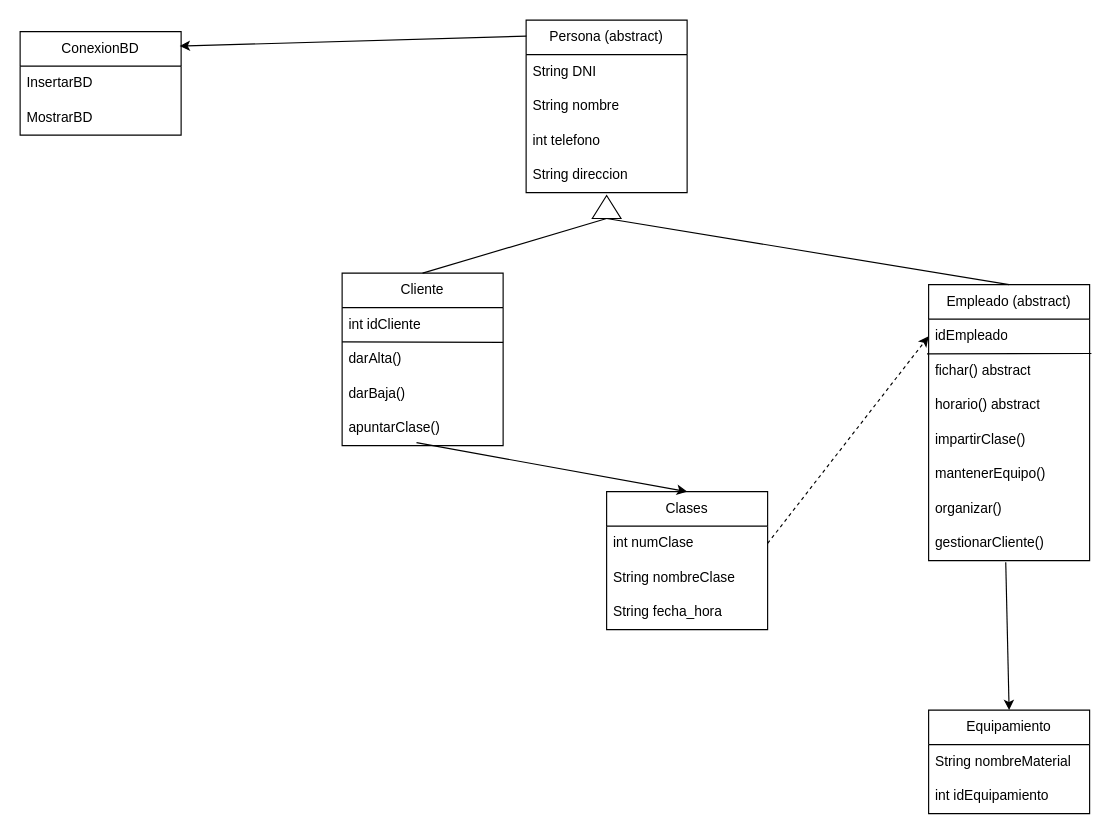
The draw.io diagram Entornos/diagramaclases.drawio in JVilluendas/Proyecto_jGYM, before the edit. Source tidied: cells renumbered, new cells numbered last; positions are measured from the earlier drawing's top-left corner, leaving out a move shared by most shapes. Both pictures are drawn from the tidied source at 115%, with x=0, y=0 at pixel (20, 20).
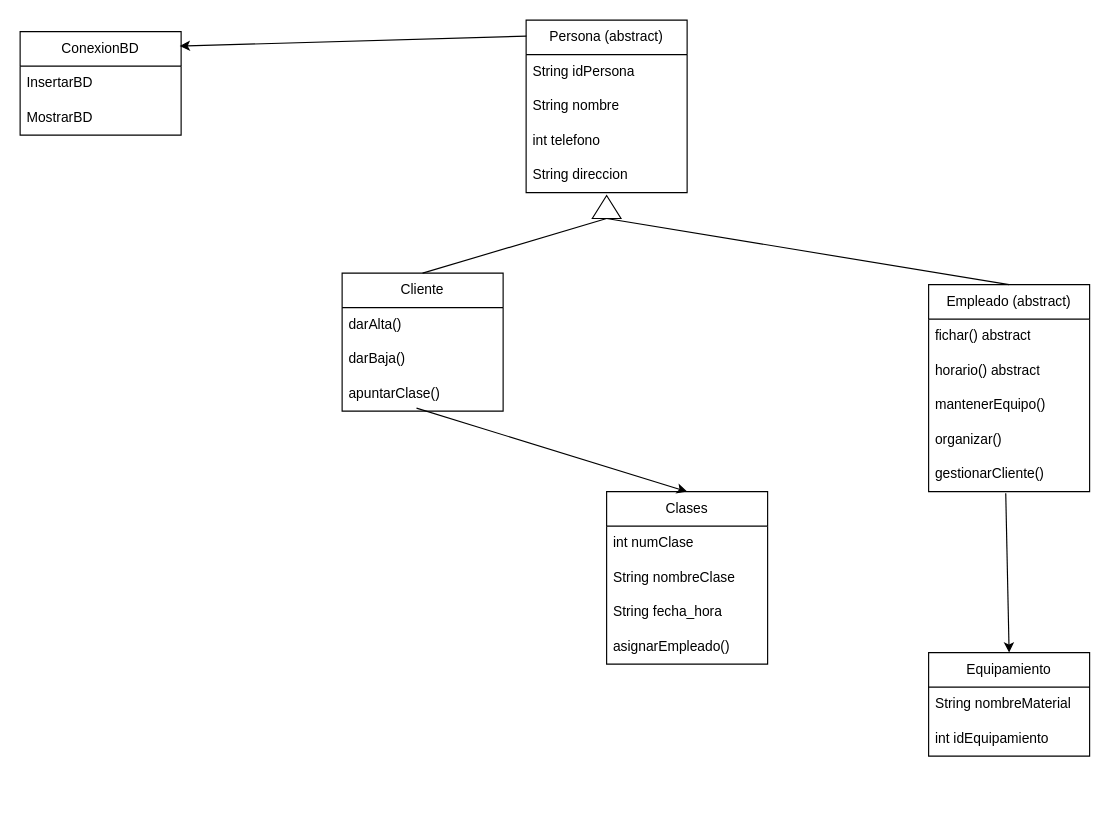
Above is the later version.

Commit message:
Diagrama modificado

The change refers to these unchanged cells:
```xml
<mxCell id="19" value="Persona (abstract)" style="swimlane;fontStyle=0;horizontal=1;startSize=30;whiteSpace=wrap;html=1;" parent="1" vertex="1">
  <mxGeometry x="440" width="140" height="150" as="geometry" />
</mxCell>
<mxCell id="25" value="int numClase" style="text;strokeColor=none;fillColor=none;align=left;verticalAlign=middle;spacingLeft=4;spacingRight=4;overflow=hidden;points=[[0,0.5],[1,0.5]];portConstraint=eastwest;whiteSpace=wrap;html=1;" parent="24" vertex="1">
  <mxGeometry y="30" width="140" height="30" as="geometry" />
</mxCell>
```

Change to the diagram source:
```diff
@@
     <mxCell id="2" value="Cliente" style="swimlane;fontStyle=0;horizontal=1;startSize=30;whiteSpace=wrap;html=1;" parent="1" vertex="1">
-      <mxGeometry x="280" y="220" width="140" height="150" as="geometry" />
+      <mxGeometry x="280" y="220" width="140" height="120" as="geometry" />
     </mxCell>
-    <mxCell id="3" value="int idCliente" style="text;strokeColor=none;fillColor=none;align=left;verticalAlign=middle;spacingLeft=4;spacingRight=4;overflow=hidden;points=[[0,0.5],[1,0.5]];portConstraint=eastwest;whiteSpace=wrap;html=1;" parent="2" vertex="1">
-      <mxGeometry y="30" width="140" height="30" as="geometry" />
-    </mxCell>
     <mxCell id="4" value="darAlta()" style="text;strokeColor=none;fillColor=none;align=left;verticalAlign=middle;spacingLeft=4;spacingRight=4;overflow=hidden;whiteSpace=wrap;html=1;" parent="2" vertex="1">
-      <mxGeometry y="60" width="140" height="30" as="geometry" />
+      <mxGeometry y="30" width="140" height="30" as="geometry" />
     </mxCell>
     <mxCell id="5" value="darBaja()" style="text;strokeColor=none;fillColor=none;align=left;verticalAlign=middle;spacingLeft=4;spacingRight=4;overflow=hidden;whiteSpace=wrap;html=1;" parent="2" vertex="1">
-      <mxGeometry y="90" width="140" height="30" as="geometry" />
+      <mxGeometry y="60" width="140" height="30" as="geometry" />
     </mxCell>
     <mxCell id="6" value="apuntarClase()" style="text;strokeColor=none;fillColor=none;align=left;verticalAlign=middle;spacingLeft=4;spacingRight=4;overflow=hidden;points=[[0,0.5],[1,0.5]];portConstraint=eastwest;whiteSpace=wrap;html=1;" parent="2" vertex="1">
-      <mxGeometry y="120" width="140" height="30" as="geometry" />
+      <mxGeometry y="90" width="140" height="30" as="geometry" />
     </mxCell>
     <mxCell id="7" value="Empleado (abstract&lt;span style=&quot;background-color: transparent; color: light-dark(rgb(0, 0, 0), rgb(255, 255, 255));&quot;&gt;)&lt;/span&gt;" style="swimlane;fontStyle=0;horizontal=1;startSize=30;whiteSpace=wrap;html=1;" parent="1" vertex="1">
-      <mxGeometry x="790" y="230" width="140" height="240" as="geometry" />
+      <mxGeometry x="790" y="230" width="140" height="180" as="geometry" />
     </mxCell>
-    <mxCell id="8" value="idEmpleado" style="text;strokeColor=none;fillColor=none;align=left;verticalAlign=middle;spacingLeft=4;spacingRight=4;overflow=hidden;points=[[0,0.5],[1,0.5]];portConstraint=eastwest;whiteSpace=wrap;html=1;" parent="7" vertex="1">
-      <mxGeometry y="30" width="140" height="30" as="geometry" />
-    </mxCell>
     <mxCell id="9" value="fichar() abstract" style="text;strokeColor=none;fillColor=none;align=left;verticalAlign=middle;spacingLeft=4;spacingRight=4;overflow=hidden;points=[[0,0.5],[1,0.5]];portConstraint=eastwest;whiteSpace=wrap;html=1;" parent="7" vertex="1">
-      <mxGeometry y="60" width="140" height="30" as="geometry" />
+      <mxGeometry y="30" width="140" height="30" as="geometry" />
     </mxCell>
     <mxCell id="10" value="horario() abstract" style="text;strokeColor=none;fillColor=none;align=left;verticalAlign=middle;spacingLeft=4;spacingRight=4;overflow=hidden;whiteSpace=wrap;html=1;" parent="7" vertex="1">
-      <mxGeometry y="90" width="140" height="30" as="geometry" />
+      <mxGeometry y="60" width="140" height="30" as="geometry" />
     </mxCell>
-    <mxCell id="11" value="impartirClase()" style="text;strokeColor=none;fillColor=none;align=left;verticalAlign=middle;spacingLeft=4;spacingRight=4;overflow=hidden;whiteSpace=wrap;html=1;" parent="7" vertex="1">
-      <mxGeometry y="120" width="140" height="30" as="geometry" />
-    </mxCell>
     <mxCell id="12" value="mantenerEquipo()" style="text;strokeColor=none;fillColor=none;align=left;verticalAlign=middle;spacingLeft=4;spacingRight=4;overflow=hidden;whiteSpace=wrap;html=1;" parent="7" vertex="1">
-      <mxGeometry y="150" width="140" height="30" as="geometry" />
+      <mxGeometry y="90" width="140" height="30" as="geometry" />
     </mxCell>
     <mxCell id="13" value="organizar()" style="text;strokeColor=none;fillColor=none;align=left;verticalAlign=middle;spacingLeft=4;spacingRight=4;overflow=hidden;whiteSpace=wrap;html=1;" parent="7" vertex="1">
-      <mxGeometry y="180" width="140" height="30" as="geometry" />
+      <mxGeometry y="120" width="140" height="30" as="geometry" />
     </mxCell>
     <mxCell id="14" value="gestionarCliente()" style="text;strokeColor=none;fillColor=none;align=left;verticalAlign=middle;spacingLeft=4;spacingRight=4;overflow=hidden;points=[[0,0.5],[1,0.5]];portConstraint=eastwest;whiteSpace=wrap;html=1;" parent="7" vertex="1">
-      <mxGeometry y="210" width="140" height="30" as="geometry" />
+      <mxGeometry y="150" width="140" height="30" as="geometry" />
     </mxCell>
-    <mxCell id="15" style="endArrow=none;html=1;rounded=0;exitX=1.011;exitY=-0.004;exitDx=0;exitDy=0;exitPerimeter=0;entryX=-0.01;entryY=0.008;entryDx=0;entryDy=0;entryPerimeter=0;" parent="7" edge="1" source="9" target="9">
-      <mxGeometry relative="1" as="geometry" />
-    </mxCell>
@@
-    <mxCell id="20" value="String DNI" style="text;strokeColor=none;fillColor=none;align=left;verticalAlign=middle;spacingLeft=4;spacingRight=4;overflow=hidden;whiteSpace=wrap;html=1;" parent="19" vertex="1">
+    <mxCell id="20" value="String idPersona" style="text;strokeColor=none;fillColor=none;align=left;verticalAlign=middle;spacingLeft=4;spacingRight=4;overflow=hidden;whiteSpace=wrap;html=1;" parent="19" vertex="1">
       <mxGeometry y="30" width="140" height="30" as="geometry" />
     </mxCell>
@@
     <mxCell id="24" value="Clases" style="swimlane;fontStyle=0;horizontal=1;startSize=30;whiteSpace=wrap;html=1;" parent="1" vertex="1">
-      <mxGeometry x="510" y="410" width="140" height="120" as="geometry" />
+      <mxGeometry x="510" y="410" width="140" height="150" as="geometry" />
     </mxCell>
@@
+    <mxCell id="11" value="asignarEmpleado()" style="text;strokeColor=none;fillColor=none;align=left;verticalAlign=middle;spacingLeft=4;spacingRight=4;overflow=hidden;whiteSpace=wrap;html=1;" parent="24" vertex="1">
+      <mxGeometry y="120" width="140" height="30" as="geometry" />
+    </mxCell>
     <mxCell id="28" value="Equipamiento" style="swimlane;fontStyle=0;horizontal=1;startSize=30;whiteSpace=wrap;html=1;" parent="1" vertex="1">
-      <mxGeometry x="790" y="600" width="140" height="90" as="geometry" />
+      <mxGeometry x="790" y="550" width="140" height="90" as="geometry" />
     </mxCell>
@@
-    <mxCell id="34" style="endArrow=none;html=1;rounded=0;exitX=1;exitY=1.006;exitDx=0;exitDy=0;exitPerimeter=0;" parent="1" edge="1" source="3">
-      <mxGeometry relative="1" as="geometry">
-        <mxPoint x="280" y="279.8" as="targetPoint" />
-      </mxGeometry>
-    </mxCell>
-    <mxCell id="35" style="endArrow=classic;html=1;rounded=0;entryX=0;entryY=0.5;entryDx=0;entryDy=0;dashed=1;exitX=1;exitY=0.5;exitDx=0;exitDy=0;" parent="1" edge="1" source="25" target="8">
-      <mxGeometry relative="1" as="geometry" />
-    </mxCell>
```
